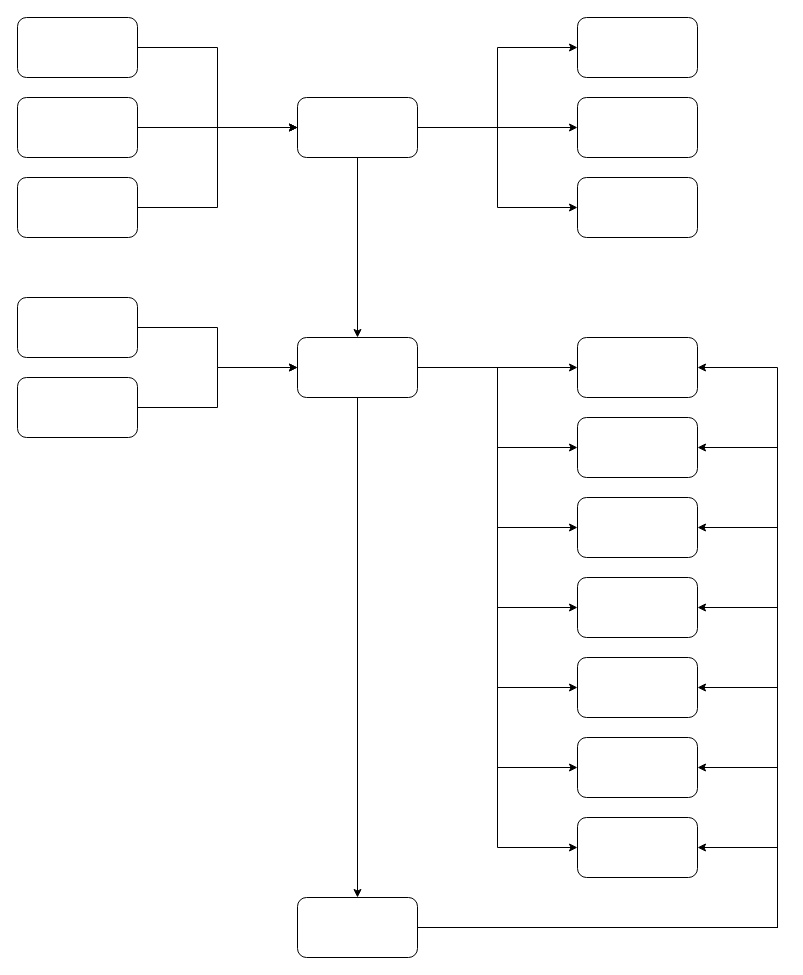
cuizhanming/space-spring keeps this draw.io diagram as Untitled Diagram.drawio. Above is the earlier version. Source tidied: cells renumbered, new cells numbered last; positions are measured from the earlier drawing's top-left corner, leaving out a move shared by most shapes. Both pictures are drawn from the tidied source at 100%, with x=0, y=0 at pixel (17, 17).
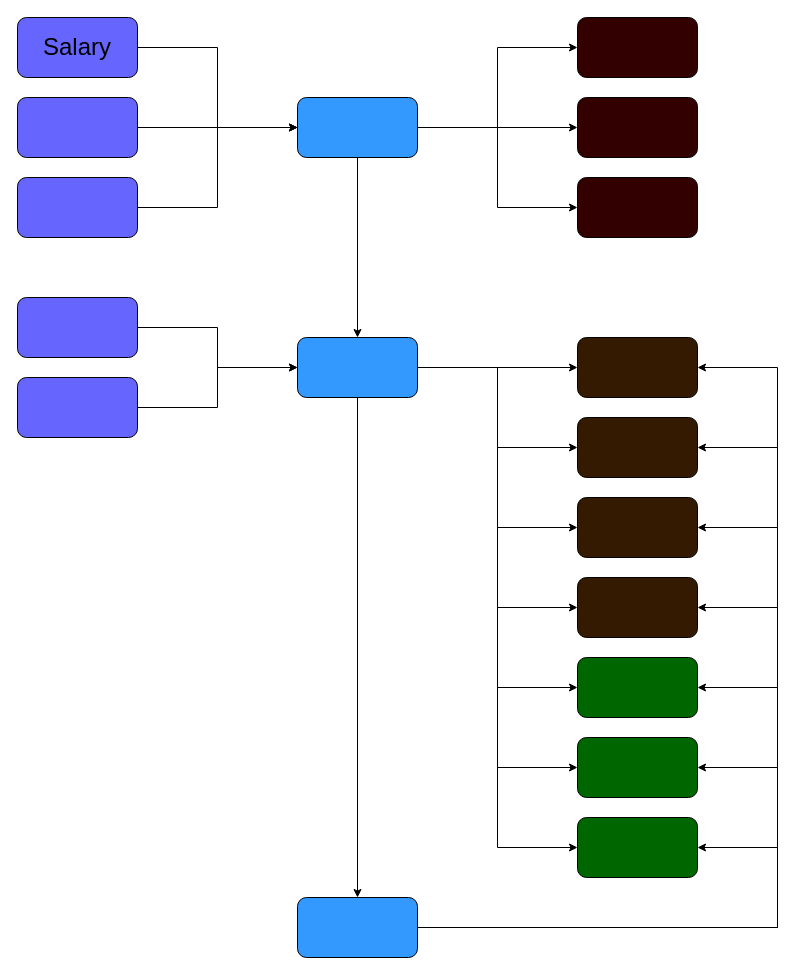
The same diagram, later.

Diff of the diagram source:
```diff
@@
+    <mxCell id="44" style="group;fontSize=20;" parent="1" vertex="1">
+      <mxGeometry width="760" height="940" as="geometry" />
+    </mxCell>
-    <mxCell id="2" style="edgeStyle=orthogonalEdgeStyle;rounded=0;jettySize=auto;html=1;exitX=1;exitY=0.5;exitDx=0;exitDy=0;entryX=0;entryY=0.5;entryDx=0;entryDy=0;" parent="1" edge="1" source="3" target="17">
+    <mxCell id="2" style="edgeStyle=orthogonalEdgeStyle;rounded=0;jettySize=auto;html=1;exitX=1;exitY=0.5;exitDx=0;exitDy=0;entryX=0;entryY=0.5;entryDx=0;entryDy=0;" parent="44" edge="1" source="3" target="17">
       <mxGeometry relative="1" as="geometry" />
     </mxCell>
-    <mxCell id="3" style="rounded=1;whiteSpace=wrap;html=1;" parent="1" vertex="1">
+    <mxCell id="3" value="&lt;font style=&quot;font-size: 24px;&quot;&gt;Salary&lt;/font&gt;" style="rounded=1;whiteSpace=wrap;html=1;fillColor=#6666FF;" parent="44" vertex="1">
       <mxGeometry width="120" height="60" as="geometry" />
     </mxCell>
-    <mxCell id="4" style="edgeStyle=orthogonalEdgeStyle;rounded=0;jettySize=auto;html=1;" parent="1" edge="1" source="5">
+    <mxCell id="4" style="edgeStyle=orthogonalEdgeStyle;rounded=0;jettySize=auto;html=1;" parent="44" edge="1" source="5">
       <mxGeometry relative="1" as="geometry">
         <mxPoint x="280" y="110" as="targetPoint" />
         <Array as="points">
           <mxPoint x="200" y="190" />
           <mxPoint x="200" y="110" />
         </Array>
       </mxGeometry>
     </mxCell>
-    <mxCell id="5" style="rounded=1;whiteSpace=wrap;html=1;" parent="1" vertex="1">
+    <mxCell id="5" style="rounded=1;whiteSpace=wrap;html=1;fillColor=#6666FF;" parent="44" vertex="1">
       <mxGeometry y="160" width="120" height="60" as="geometry" />
     </mxCell>
-    <mxCell id="6" style="edgeStyle=orthogonalEdgeStyle;rounded=0;jettySize=auto;html=1;" parent="1" edge="1" source="7">
+    <mxCell id="6" style="edgeStyle=orthogonalEdgeStyle;rounded=0;jettySize=auto;html=1;" parent="44" edge="1" source="7">
       <mxGeometry relative="1" as="geometry">
         <mxPoint x="280" y="110" as="targetPoint" />
       </mxGeometry>
     </mxCell>
-    <mxCell id="7" style="rounded=1;whiteSpace=wrap;html=1;" parent="1" vertex="1">
+    <mxCell id="7" style="rounded=1;whiteSpace=wrap;html=1;fillColor=#6666FF;" parent="44" vertex="1">
       <mxGeometry y="80" width="120" height="60" as="geometry" />
     </mxCell>
-    <mxCell id="8" style="edgeStyle=orthogonalEdgeStyle;rounded=0;jettySize=auto;html=1;entryX=0;entryY=0.5;entryDx=0;entryDy=0;" parent="1" edge="1" source="9" target="28">
+    <mxCell id="8" style="edgeStyle=orthogonalEdgeStyle;rounded=0;jettySize=auto;html=1;entryX=0;entryY=0.5;entryDx=0;entryDy=0;" parent="44" edge="1" source="9" target="28">
       <mxGeometry relative="1" as="geometry" />
     </mxCell>
-    <mxCell id="9" style="rounded=1;whiteSpace=wrap;html=1;" parent="1" vertex="1">
+    <mxCell id="9" style="rounded=1;whiteSpace=wrap;html=1;fillColor=#6666FF;" parent="44" vertex="1">
       <mxGeometry y="360" width="120" height="60" as="geometry" />
     </mxCell>
-    <mxCell id="10" style="edgeStyle=orthogonalEdgeStyle;rounded=0;jettySize=auto;html=1;exitX=1;exitY=0.5;exitDx=0;exitDy=0;entryX=0;entryY=0.5;entryDx=0;entryDy=0;" parent="1" edge="1" source="11" target="28">
+    <mxCell id="10" style="edgeStyle=orthogonalEdgeStyle;rounded=0;jettySize=auto;html=1;exitX=1;exitY=0.5;exitDx=0;exitDy=0;entryX=0;entryY=0.5;entryDx=0;entryDy=0;" parent="44" edge="1" source="11" target="28">
       <mxGeometry relative="1" as="geometry" />
     </mxCell>
-    <mxCell id="11" style="rounded=1;whiteSpace=wrap;html=1;" parent="1" vertex="1">
+    <mxCell id="11" style="rounded=1;whiteSpace=wrap;html=1;fillColor=#6666FF;" parent="44" vertex="1">
       <mxGeometry y="280" width="120" height="60" as="geometry" />
     </mxCell>
-    <mxCell id="12" style="rounded=1;whiteSpace=wrap;html=1;" parent="1" vertex="1">
+    <mxCell id="12" style="rounded=1;whiteSpace=wrap;html=1;fillColor=#330000;" parent="44" vertex="1">
       <mxGeometry x="560" width="120" height="60" as="geometry" />
     </mxCell>
-    <mxCell id="13" style="edgeStyle=orthogonalEdgeStyle;rounded=0;jettySize=auto;html=1;exitX=1;exitY=0.5;exitDx=0;exitDy=0;entryX=0;entryY=0.5;entryDx=0;entryDy=0;" parent="1" edge="1" source="17" target="19">
+    <mxCell id="13" style="edgeStyle=orthogonalEdgeStyle;rounded=0;jettySize=auto;html=1;exitX=1;exitY=0.5;exitDx=0;exitDy=0;entryX=0;entryY=0.5;entryDx=0;entryDy=0;" parent="44" edge="1" source="17" target="19">
       <mxGeometry relative="1" as="geometry" />
     </mxCell>
-    <mxCell id="14" style="edgeStyle=orthogonalEdgeStyle;rounded=0;jettySize=auto;html=1;exitX=1;exitY=0.25;exitDx=0;exitDy=0;entryX=0;entryY=0.5;entryDx=0;entryDy=0;" parent="1" edge="1" source="17" target="12">
+    <mxCell id="14" style="edgeStyle=orthogonalEdgeStyle;rounded=0;jettySize=auto;html=1;exitX=1;exitY=0.25;exitDx=0;exitDy=0;entryX=0;entryY=0.5;entryDx=0;entryDy=0;" parent="44" edge="1" source="17" target="12">
       <mxGeometry relative="1" as="geometry">
         <Array as="points">
           <mxPoint x="400" y="110" />
           <mxPoint x="480" y="110" />
           <mxPoint x="480" y="30" />
         </Array>
       </mxGeometry>
     </mxCell>
-    <mxCell id="15" style="edgeStyle=orthogonalEdgeStyle;rounded=0;jettySize=auto;html=1;exitX=1;exitY=0.75;exitDx=0;exitDy=0;entryX=0;entryY=0.5;entryDx=0;entryDy=0;" parent="1" edge="1" source="17" target="18">
+    <mxCell id="15" style="edgeStyle=orthogonalEdgeStyle;rounded=0;jettySize=auto;html=1;exitX=1;exitY=0.75;exitDx=0;exitDy=0;entryX=0;entryY=0.5;entryDx=0;entryDy=0;" parent="44" edge="1" source="17" target="18">
       <mxGeometry relative="1" as="geometry">
         <Array as="points">
           <mxPoint x="400" y="110" />
           <mxPoint x="480" y="110" />
           <mxPoint x="480" y="190" />
         </Array>
       </mxGeometry>
     </mxCell>
-    <mxCell id="16" style="edgeStyle=orthogonalEdgeStyle;rounded=0;jettySize=auto;html=1;exitX=0.5;exitY=1;exitDx=0;exitDy=0;entryX=0.5;entryY=0;entryDx=0;entryDy=0;" parent="1" edge="1" source="17" target="28">
+    <mxCell id="16" style="edgeStyle=orthogonalEdgeStyle;rounded=0;jettySize=auto;html=1;exitX=0.5;exitY=1;exitDx=0;exitDy=0;entryX=0.5;entryY=0;entryDx=0;entryDy=0;" parent="44" edge="1" source="17" target="28">
       <mxGeometry relative="1" as="geometry" />
     </mxCell>
-    <mxCell id="17" style="rounded=1;whiteSpace=wrap;html=1;" parent="1" vertex="1">
+    <mxCell id="17" style="rounded=1;whiteSpace=wrap;html=1;fillColor=#3399FF;" parent="44" vertex="1">
       <mxGeometry x="280" y="80" width="120" height="60" as="geometry" />
     </mxCell>
-    <mxCell id="18" style="rounded=1;whiteSpace=wrap;html=1;" parent="1" vertex="1">
+    <mxCell id="18" style="rounded=1;whiteSpace=wrap;html=1;fillColor=#330000;" parent="44" vertex="1">
       <mxGeometry x="560" y="160" width="120" height="60" as="geometry" />
     </mxCell>
-    <mxCell id="19" style="rounded=1;whiteSpace=wrap;html=1;" parent="1" vertex="1">
+    <mxCell id="19" style="rounded=1;whiteSpace=wrap;html=1;fillColor=#330000;" parent="44" vertex="1">
       <mxGeometry x="560" y="80" width="120" height="60" as="geometry" />
     </mxCell>
-    <mxCell id="20" style="edgeStyle=orthogonalEdgeStyle;rounded=0;jettySize=auto;html=1;entryX=0.5;entryY=0;entryDx=0;entryDy=0;" parent="1" edge="1" source="28" target="36">
+    <mxCell id="20" style="edgeStyle=orthogonalEdgeStyle;rounded=0;jettySize=auto;html=1;entryX=0.5;entryY=0;entryDx=0;entryDy=0;" parent="44" edge="1" source="28" target="36">
       <mxGeometry relative="1" as="geometry" />
     </mxCell>
-    <mxCell id="21" style="edgeStyle=orthogonalEdgeStyle;rounded=0;jettySize=auto;html=1;exitX=1;exitY=0.5;exitDx=0;exitDy=0;entryX=0;entryY=0.5;entryDx=0;entryDy=0;" parent="1" edge="1" source="28" target="38">
+    <mxCell id="21" style="edgeStyle=orthogonalEdgeStyle;rounded=0;jettySize=auto;html=1;exitX=1;exitY=0.5;exitDx=0;exitDy=0;entryX=0;entryY=0.5;entryDx=0;entryDy=0;" parent="44" edge="1" source="28" target="38">
       <mxGeometry relative="1" as="geometry" />
     </mxCell>
-    <mxCell id="22" style="edgeStyle=orthogonalEdgeStyle;rounded=0;jettySize=auto;html=1;exitX=1;exitY=0.5;exitDx=0;exitDy=0;entryX=0;entryY=0.5;entryDx=0;entryDy=0;" parent="1" edge="1" source="28" target="37">
+    <mxCell id="22" style="edgeStyle=orthogonalEdgeStyle;rounded=0;jettySize=auto;html=1;exitX=1;exitY=0.5;exitDx=0;exitDy=0;entryX=0;entryY=0.5;entryDx=0;entryDy=0;" parent="44" edge="1" source="28" target="37">
       <mxGeometry relative="1" as="geometry" />
     </mxCell>
-    <mxCell id="23" style="edgeStyle=orthogonalEdgeStyle;rounded=0;jettySize=auto;html=1;exitX=1;exitY=0.5;exitDx=0;exitDy=0;entryX=0;entryY=0.5;entryDx=0;entryDy=0;" parent="1" edge="1" source="28" target="40">
+    <mxCell id="23" style="edgeStyle=orthogonalEdgeStyle;rounded=0;jettySize=auto;html=1;exitX=1;exitY=0.5;exitDx=0;exitDy=0;entryX=0;entryY=0.5;entryDx=0;entryDy=0;" parent="44" edge="1" source="28" target="40">
       <mxGeometry relative="1" as="geometry" />
     </mxCell>
-    <mxCell id="24" style="edgeStyle=orthogonalEdgeStyle;rounded=0;jettySize=auto;html=1;exitX=1;exitY=0.5;exitDx=0;exitDy=0;entryX=0;entryY=0.5;entryDx=0;entryDy=0;" parent="1" edge="1" source="28" target="39">
+    <mxCell id="24" style="edgeStyle=orthogonalEdgeStyle;rounded=0;jettySize=auto;html=1;exitX=1;exitY=0.5;exitDx=0;exitDy=0;entryX=0;entryY=0.5;entryDx=0;entryDy=0;" parent="44" edge="1" source="28" target="39">
       <mxGeometry relative="1" as="geometry" />
     </mxCell>
-    <mxCell id="25" style="edgeStyle=orthogonalEdgeStyle;rounded=0;jettySize=auto;html=1;exitX=1;exitY=0.5;exitDx=0;exitDy=0;entryX=0;entryY=0.5;entryDx=0;entryDy=0;" parent="1" edge="1" source="28" target="41">
+    <mxCell id="25" style="edgeStyle=orthogonalEdgeStyle;rounded=0;jettySize=auto;html=1;exitX=1;exitY=0.5;exitDx=0;exitDy=0;entryX=0;entryY=0.5;entryDx=0;entryDy=0;" parent="44" edge="1" source="28" target="41">
       <mxGeometry relative="1" as="geometry" />
     </mxCell>
-    <mxCell id="26" style="edgeStyle=orthogonalEdgeStyle;rounded=0;jettySize=auto;html=1;exitX=1;exitY=0.5;exitDx=0;exitDy=0;entryX=0;entryY=0.5;entryDx=0;entryDy=0;" parent="1" edge="1" source="28" target="42">
+    <mxCell id="26" style="edgeStyle=orthogonalEdgeStyle;rounded=0;jettySize=auto;html=1;exitX=1;exitY=0.5;exitDx=0;exitDy=0;entryX=0;entryY=0.5;entryDx=0;entryDy=0;" parent="44" edge="1" source="28" target="42">
       <mxGeometry relative="1" as="geometry" />
     </mxCell>
-    <mxCell id="27" style="edgeStyle=orthogonalEdgeStyle;rounded=0;jettySize=auto;html=1;exitX=1;exitY=0.5;exitDx=0;exitDy=0;entryX=0;entryY=0.5;entryDx=0;entryDy=0;" parent="1" edge="1" source="28" target="43">
+    <mxCell id="27" style="edgeStyle=orthogonalEdgeStyle;rounded=0;jettySize=auto;html=1;exitX=1;exitY=0.5;exitDx=0;exitDy=0;entryX=0;entryY=0.5;entryDx=0;entryDy=0;" parent="44" edge="1" source="28" target="43">
       <mxGeometry relative="1" as="geometry" />
     </mxCell>
-    <mxCell id="28" style="rounded=1;whiteSpace=wrap;html=1;" parent="1" vertex="1">
+    <mxCell id="28" style="rounded=1;whiteSpace=wrap;html=1;fillColor=#3399FF;" parent="44" vertex="1">
       <mxGeometry x="280" y="320" width="120" height="60" as="geometry" />
     </mxCell>
-    <mxCell id="29" style="edgeStyle=orthogonalEdgeStyle;rounded=0;jettySize=auto;html=1;exitX=1;exitY=0.5;exitDx=0;exitDy=0;entryX=1;entryY=0.5;entryDx=0;entryDy=0;" parent="1" edge="1" source="36" target="43">
+    <mxCell id="29" style="edgeStyle=orthogonalEdgeStyle;rounded=0;jettySize=auto;html=1;exitX=1;exitY=0.5;exitDx=0;exitDy=0;entryX=1;entryY=0.5;entryDx=0;entryDy=0;" parent="44" edge="1" source="36" target="43">
       <mxGeometry relative="1" as="geometry">
         <Array as="points">
           <mxPoint x="760" y="910" />
           <mxPoint x="760" y="830" />
         </Array>
       </mxGeometry>
     </mxCell>
-    <mxCell id="30" style="edgeStyle=orthogonalEdgeStyle;rounded=0;jettySize=auto;html=1;exitX=1;exitY=0.5;exitDx=0;exitDy=0;entryX=1;entryY=0.5;entryDx=0;entryDy=0;" parent="1" edge="1" source="36" target="42">
+    <mxCell id="30" style="edgeStyle=orthogonalEdgeStyle;rounded=0;jettySize=auto;html=1;exitX=1;exitY=0.5;exitDx=0;exitDy=0;entryX=1;entryY=0.5;entryDx=0;entryDy=0;" parent="44" edge="1" source="36" target="42">
       <mxGeometry relative="1" as="geometry">
         <Array as="points">
           <mxPoint x="760" y="910" />
           <mxPoint x="760" y="750" />
         </Array>
       </mxGeometry>
     </mxCell>
-    <mxCell id="31" style="edgeStyle=orthogonalEdgeStyle;rounded=0;jettySize=auto;html=1;exitX=1;exitY=0.5;exitDx=0;exitDy=0;entryX=1;entryY=0.5;entryDx=0;entryDy=0;" parent="1" edge="1" source="36" target="41">
+    <mxCell id="31" style="edgeStyle=orthogonalEdgeStyle;rounded=0;jettySize=auto;html=1;exitX=1;exitY=0.5;exitDx=0;exitDy=0;entryX=1;entryY=0.5;entryDx=0;entryDy=0;" parent="44" edge="1" source="36" target="41">
       <mxGeometry relative="1" as="geometry">
         <Array as="points">
           <mxPoint x="760" y="910" />
           <mxPoint x="760" y="670" />
         </Array>
       </mxGeometry>
     </mxCell>
-    <mxCell id="32" style="edgeStyle=orthogonalEdgeStyle;rounded=0;jettySize=auto;html=1;exitX=1;exitY=0.5;exitDx=0;exitDy=0;entryX=1;entryY=0.5;entryDx=0;entryDy=0;" parent="1" edge="1" source="36" target="39">
+    <mxCell id="32" style="edgeStyle=orthogonalEdgeStyle;rounded=0;jettySize=auto;html=1;exitX=1;exitY=0.5;exitDx=0;exitDy=0;entryX=1;entryY=0.5;entryDx=0;entryDy=0;" parent="44" edge="1" source="36" target="39">
       <mxGeometry relative="1" as="geometry">
         <Array as="points">
           <mxPoint x="760" y="910" />
           <mxPoint x="760" y="590" />
         </Array>
       </mxGeometry>
     </mxCell>
-    <mxCell id="33" style="edgeStyle=orthogonalEdgeStyle;rounded=0;jettySize=auto;html=1;exitX=1;exitY=0.5;exitDx=0;exitDy=0;entryX=1;entryY=0.5;entryDx=0;entryDy=0;" parent="1" edge="1" source="36" target="40">
+    <mxCell id="33" style="edgeStyle=orthogonalEdgeStyle;rounded=0;jettySize=auto;html=1;exitX=1;exitY=0.5;exitDx=0;exitDy=0;entryX=1;entryY=0.5;entryDx=0;entryDy=0;" parent="44" edge="1" source="36" target="40">
       <mxGeometry relative="1" as="geometry">
         <Array as="points">
           <mxPoint x="760" y="910" />
           <mxPoint x="760" y="510" />
         </Array>
       </mxGeometry>
     </mxCell>
-    <mxCell id="34" style="edgeStyle=orthogonalEdgeStyle;rounded=0;jettySize=auto;html=1;exitX=1;exitY=0.5;exitDx=0;exitDy=0;entryX=1;entryY=0.5;entryDx=0;entryDy=0;" parent="1" edge="1" source="36" target="37">
+    <mxCell id="34" style="edgeStyle=orthogonalEdgeStyle;rounded=0;jettySize=auto;html=1;exitX=1;exitY=0.5;exitDx=0;exitDy=0;entryX=1;entryY=0.5;entryDx=0;entryDy=0;" parent="44" edge="1" source="36" target="37">
       <mxGeometry relative="1" as="geometry">
         <Array as="points">
           <mxPoint x="760" y="910" />
           <mxPoint x="760" y="430" />
         </Array>
       </mxGeometry>
     </mxCell>
-    <mxCell id="35" style="edgeStyle=orthogonalEdgeStyle;rounded=0;jettySize=auto;html=1;exitX=1;exitY=0.5;exitDx=0;exitDy=0;entryX=1;entryY=0.5;entryDx=0;entryDy=0;" parent="1" edge="1" source="36" target="38">
+    <mxCell id="35" style="edgeStyle=orthogonalEdgeStyle;rounded=0;jettySize=auto;html=1;exitX=1;exitY=0.5;exitDx=0;exitDy=0;entryX=1;entryY=0.5;entryDx=0;entryDy=0;" parent="44" edge="1" source="36" target="38">
       <mxGeometry relative="1" as="geometry">
         <Array as="points">
           <mxPoint x="760" y="910" />
           <mxPoint x="760" y="350" />
         </Array>
       </mxGeometry>
     </mxCell>
-    <mxCell id="36" style="rounded=1;whiteSpace=wrap;html=1;" parent="1" vertex="1">
+    <mxCell id="36" style="rounded=1;whiteSpace=wrap;html=1;fillColor=#3399FF;" parent="44" vertex="1">
       <mxGeometry x="280" y="880" width="120" height="60" as="geometry" />
     </mxCell>
-    <mxCell id="37" style="rounded=1;whiteSpace=wrap;html=1;" parent="1" vertex="1">
+    <mxCell id="37" style="rounded=1;whiteSpace=wrap;html=1;fillColor=#331A00;" parent="44" vertex="1">
       <mxGeometry x="560" y="400" width="120" height="60" as="geometry" />
     </mxCell>
-    <mxCell id="38" style="rounded=1;whiteSpace=wrap;html=1;" parent="1" vertex="1">
+    <mxCell id="38" style="rounded=1;whiteSpace=wrap;html=1;fillColor=#331A00;" parent="44" vertex="1">
       <mxGeometry x="560" y="320" width="120" height="60" as="geometry" />
     </mxCell>
-    <mxCell id="39" style="rounded=1;whiteSpace=wrap;html=1;" parent="1" vertex="1">
+    <mxCell id="39" style="rounded=1;whiteSpace=wrap;html=1;fillColor=#331A00;" parent="44" vertex="1">
       <mxGeometry x="560" y="560" width="120" height="60" as="geometry" />
     </mxCell>
-    <mxCell id="40" style="rounded=1;whiteSpace=wrap;html=1;" parent="1" vertex="1">
+    <mxCell id="40" style="rounded=1;whiteSpace=wrap;html=1;fillColor=#331A00;" parent="44" vertex="1">
       <mxGeometry x="560" y="480" width="120" height="60" as="geometry" />
     </mxCell>
-    <mxCell id="41" style="rounded=1;whiteSpace=wrap;html=1;" parent="1" vertex="1">
+    <mxCell id="41" style="rounded=1;whiteSpace=wrap;html=1;fillColor=#006600;" parent="44" vertex="1">
       <mxGeometry x="560" y="640" width="120" height="60" as="geometry" />
     </mxCell>
-    <mxCell id="42" style="rounded=1;whiteSpace=wrap;html=1;" parent="1" vertex="1">
+    <mxCell id="42" style="rounded=1;whiteSpace=wrap;html=1;fillColor=#006600;" parent="44" vertex="1">
       <mxGeometry x="560" y="720" width="120" height="60" as="geometry" />
     </mxCell>
-    <mxCell id="43" style="rounded=1;whiteSpace=wrap;html=1;" parent="1" vertex="1">
+    <mxCell id="43" style="rounded=1;whiteSpace=wrap;html=1;fillColor=#006600;" parent="44" vertex="1">
       <mxGeometry x="560" y="800" width="120" height="60" as="geometry" />
     </mxCell>
```
